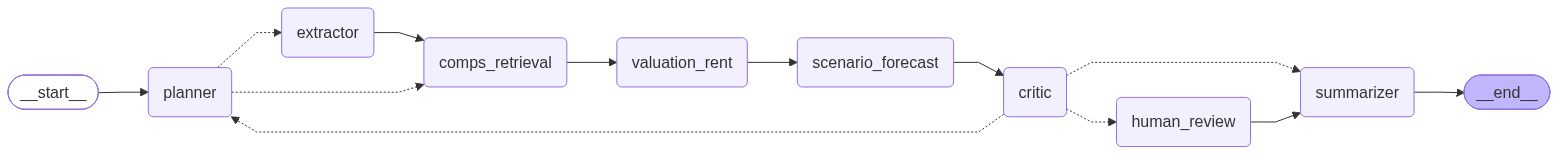
This is docs/diagrams/deal_evaluator_graph_lr.png from jelanigb/carnegie-mellon-agentic-ai, a Mermaid export, as it was before one commit. Its source is kept beside it as docs/diagrams/deal_evaluator_graph_lr.mmd. The source it was exported from:
```mermaid
---
config:
  flowchart:
    curve: linear
---
graph LR;
	__start__([<p>__start__</p>]):::first
	planner(planner)
	extractor(extractor)
	comps_retrieval(comps_retrieval)
	valuation_rent(valuation_rent)
	scenario_forecast(scenario_forecast)
	critic(critic)
	human_review(human_review)
	summarizer(summarizer)
	__end__([<p>__end__</p>]):::last
	__start__ --> planner;
	comps_retrieval --> valuation_rent;
	critic -.-> human_review;
	critic -.-> planner;
	critic -.-> summarizer;
	extractor --> comps_retrieval;
	human_review --> summarizer;
	planner -.-> comps_retrieval;
	planner -.-> extractor;
	scenario_forecast --> critic;
	valuation_rent --> scenario_forecast;
	summarizer --> __end__;
	classDef default fill:#f2f0ff,line-height:1.2
	classDef first fill-opacity:0
	classDef last fill:#bfb6fc
```
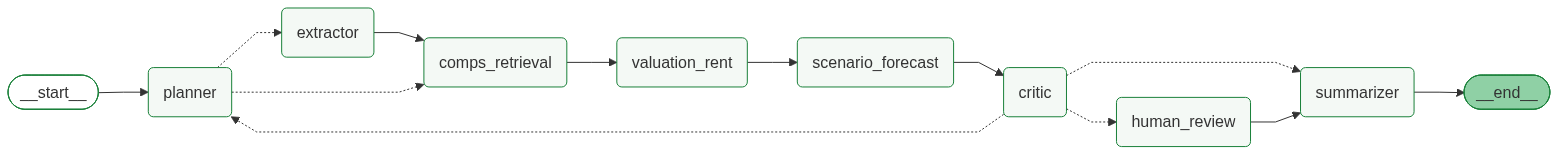
The same file after the commit.

Commit message:
Diagrams: recolor the generated graph PNGs to the green demo theme

Diff of the diagram source:
```diff
@@ -26,6 +26,6 @@
 	scenario_forecast --> critic;
 	valuation_rent --> scenario_forecast;
 	summarizer --> __end__;
-	classDef default fill:#f2f0ff,line-height:1.2
+	classDef default fill:#f4f9f5,stroke:#188038,line-height:1.2
 	classDef first fill-opacity:0
-	classDef last fill:#bfb6fc
+	classDef last fill:#8fd0a5,stroke:#188038
```
